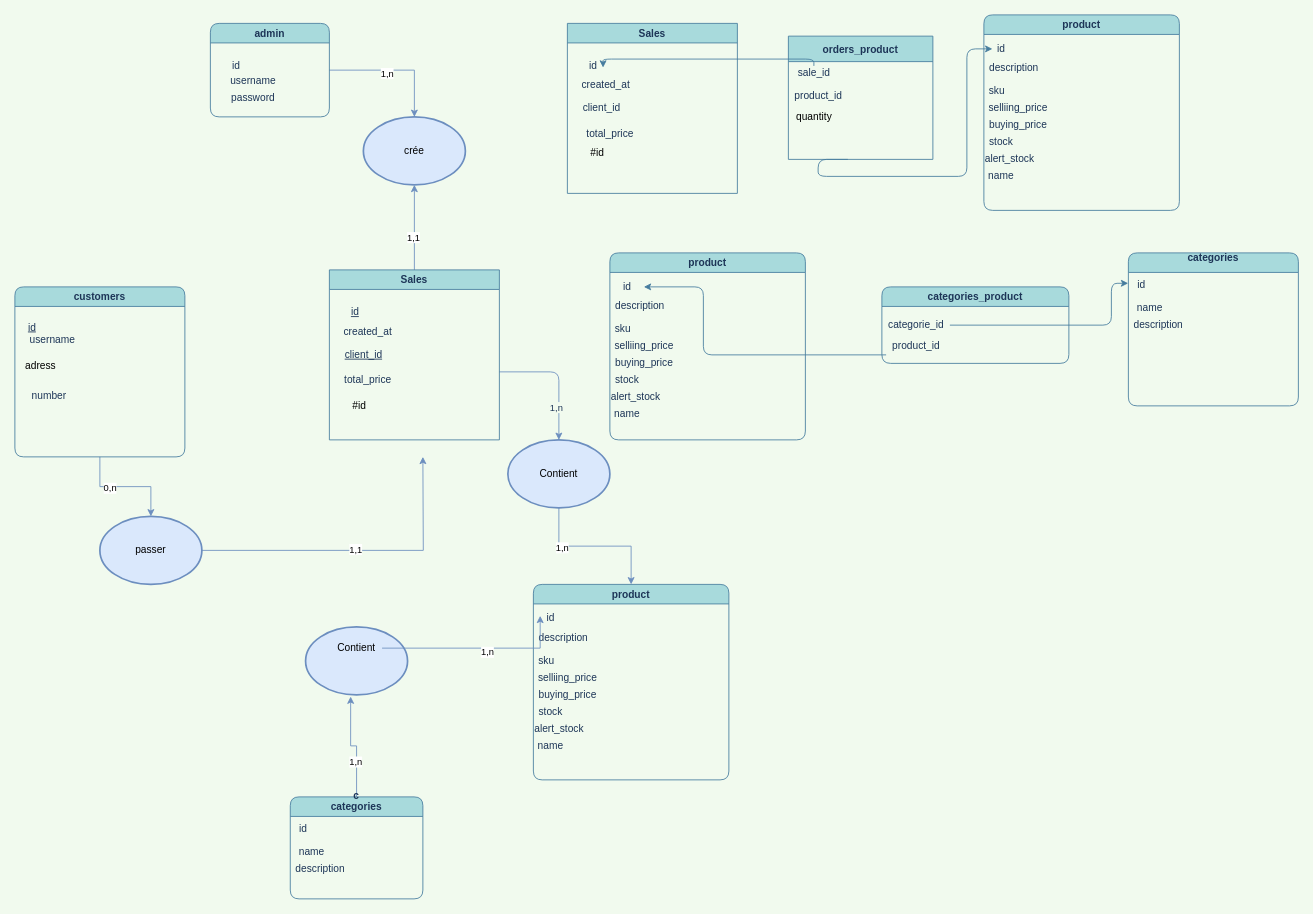
This is ets_agodji_app.drawio from nsWilfried/ETS-AGODJI-JAVA-APP, a draw.io file, before an edit. Source tidied: cells renumbered, new cells numbered last; positions are measured from the earlier drawing's top-left corner, leaving out a move shared by most shapes. Both pictures are drawn from the tidied source at 85%, with x=0, y=0 at pixel (14, 14).
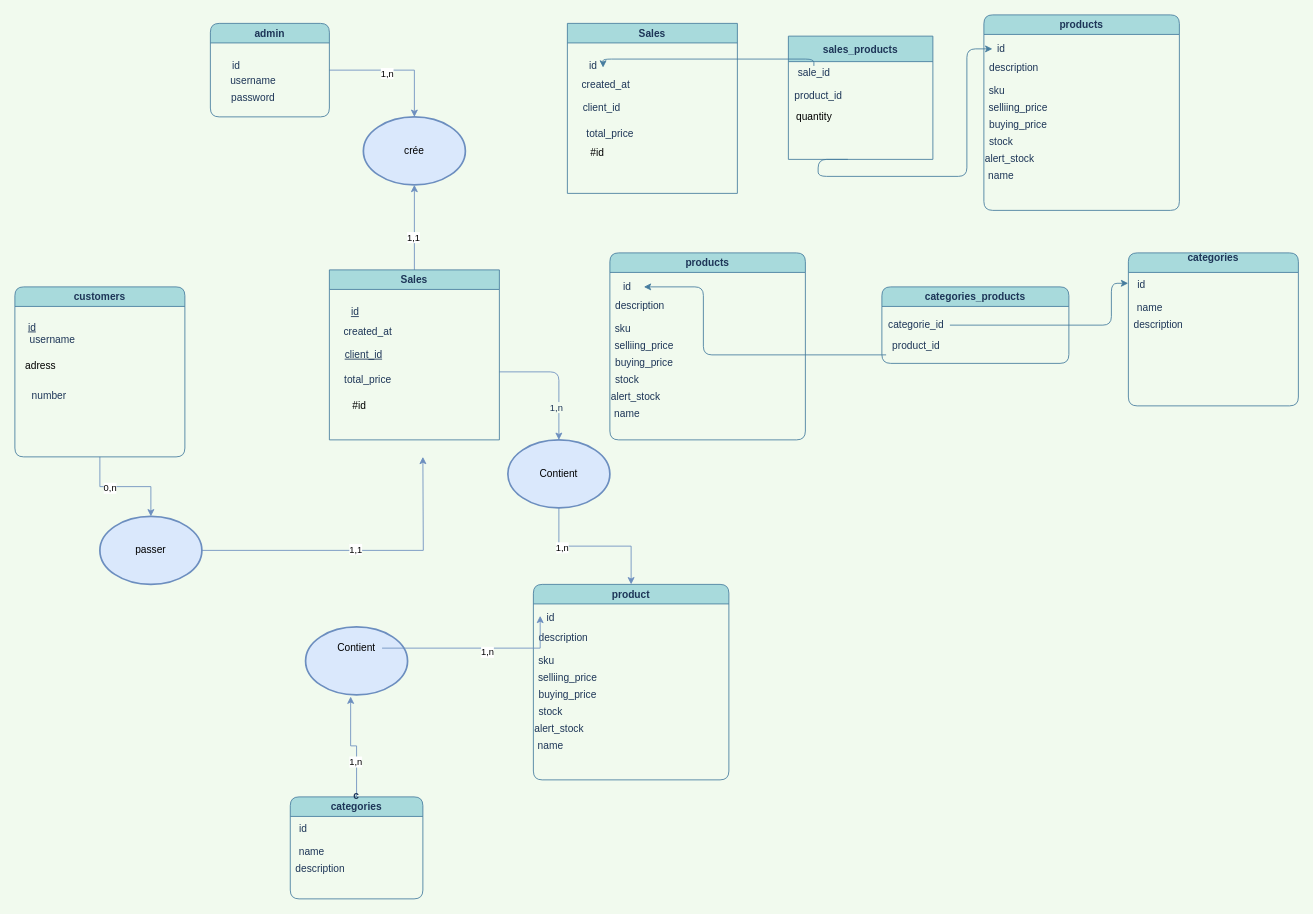
Above is the later version.

The edit, as a diff of the source:
```diff
@@
-    <mxCell id="39" value="orders_product" style="swimlane;rounded=1;fillColor=#A8DADC;strokeColor=#457B9D;fontColor=#1D3557;arcSize=0;startSize=30;" parent="1" vertex="1">
+    <mxCell id="39" value="sales_products" style="swimlane;rounded=1;fillColor=#A8DADC;strokeColor=#457B9D;fontColor=#1D3557;arcSize=0;startSize=30;" parent="1" vertex="1">
       <mxGeometry x="910" y="25" width="170" height="145" as="geometry" />
     </mxCell>
@@
-    <mxCell id="50" value="product" style="swimlane;rounded=1;fillColor=#A8DADC;strokeColor=#457B9D;fontColor=#1D3557;" parent="1" vertex="1">
+    <mxCell id="50" value="products" style="swimlane;rounded=1;fillColor=#A8DADC;strokeColor=#457B9D;fontColor=#1D3557;" parent="1" vertex="1">
       <mxGeometry x="1140" width="230" height="230" as="geometry" />
     </mxCell>
@@
-    <mxCell id="60" value="product" style="swimlane;rounded=1;fillColor=#A8DADC;strokeColor=#457B9D;fontColor=#1D3557;" parent="1" vertex="1">
+    <mxCell id="60" value="products" style="swimlane;rounded=1;fillColor=#A8DADC;strokeColor=#457B9D;fontColor=#1D3557;" parent="1" vertex="1">
       <mxGeometry x="700" y="280" width="230" height="220" as="geometry" />
     </mxCell>
@@
-    <mxCell id="69" value="categories_product" style="swimlane;rounded=1;fillColor=#A8DADC;strokeColor=#457B9D;fontColor=#1D3557;" parent="1" vertex="1">
+    <mxCell id="69" value="categories_products" style="swimlane;rounded=1;fillColor=#A8DADC;strokeColor=#457B9D;fontColor=#1D3557;" parent="1" vertex="1">
       <mxGeometry x="1020" y="320" width="220" height="90" as="geometry" />
     </mxCell>
```
